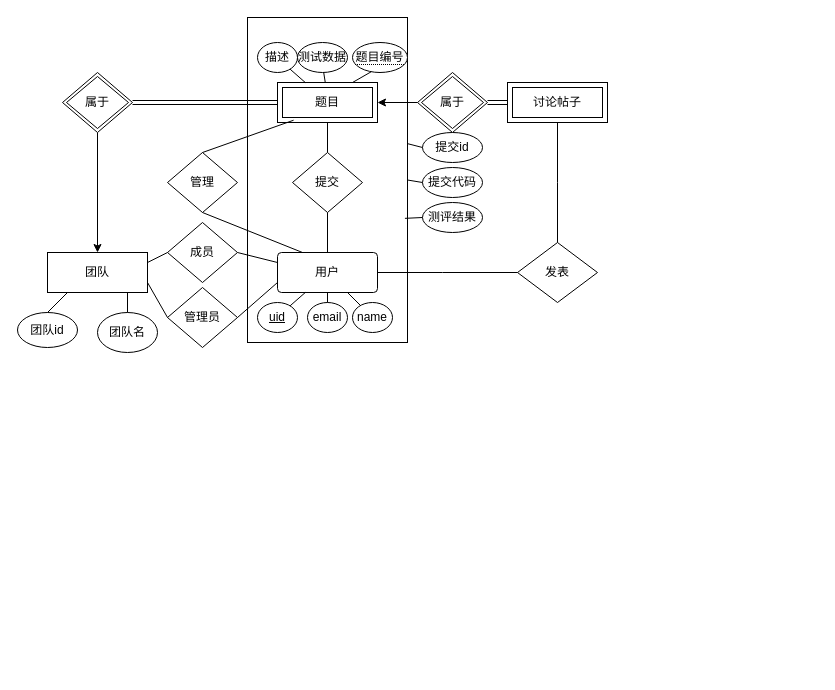
This is 未命名绘图.drawio from DrBit-64/Database-ERGraph-playground, a draw.io file, before an edit. Source tidied: cells renumbered, new cells numbered last; positions are measured from the earlier drawing's top-left corner, leaving out a move shared by most shapes. Both pictures are drawn from the tidied source at 100%, with x=0, y=0 at pixel (17, 17).
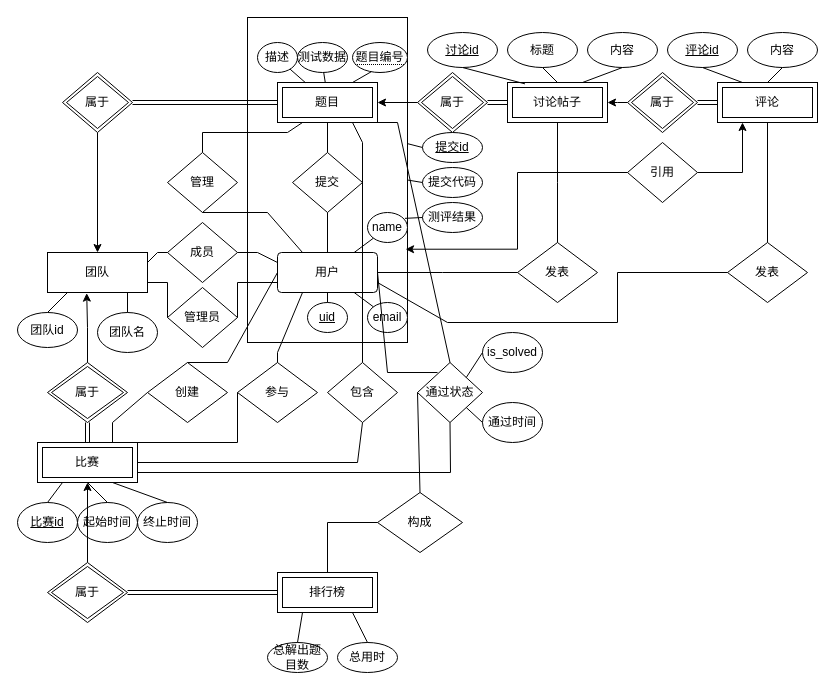
After the change.

Commit message:
更新未命名绘图.drawio

Unchanged cells that the change refers to:
```xml
<mxCell id="2" style="rounded=0;whiteSpace=wrap;html=1;" parent="1" vertex="1">
  <mxGeometry x="230" width="160" height="325" as="geometry" />
</mxCell>
<mxCell id="3" value="用户" style="rounded=1;arcSize=10;whiteSpace=wrap;html=1;align=center;" parent="1" vertex="1">
  <mxGeometry x="260" y="235" width="100" height="40" as="geometry" />
</mxCell>
<mxCell id="10" value="题目" style="shape=ext;margin=3;double=1;whiteSpace=wrap;html=1;align=center;" parent="1" vertex="1">
  <mxGeometry x="260" y="65" width="100" height="40" as="geometry" />
</mxCell>
<mxCell id="11" value="团队" style="whiteSpace=wrap;html=1;align=center;" parent="1" vertex="1">
  <mxGeometry x="30" y="235" width="100" height="40" as="geometry" />
</mxCell>
<mxCell id="16" value="管理" style="shape=rhombus;perimeter=rhombusPerimeter;whiteSpace=wrap;html=1;align=center;" parent="1" vertex="1">
  <mxGeometry x="150" y="135" width="70" height="60" as="geometry" />
</mxCell>
<mxCell id="22" value="成员" style="shape=rhombus;perimeter=rhombusPerimeter;whiteSpace=wrap;html=1;align=center;" parent="1" vertex="1">
  <mxGeometry x="150" y="205" width="70" height="60" as="geometry" />
</mxCell>
<mxCell id="23" value="管理员" style="shape=rhombus;perimeter=rhombusPerimeter;whiteSpace=wrap;html=1;align=center;" parent="1" vertex="1">
  <mxGeometry x="150" y="270" width="70" height="60" as="geometry" />
</mxCell>
<mxCell id="37" value="讨论帖子" style="shape=ext;margin=3;double=1;whiteSpace=wrap;html=1;align=center;" parent="1" vertex="1">
  <mxGeometry x="490" y="65" width="100" height="40" as="geometry" />
</mxCell>
```

Diff of the diagram source:
```diff
@@
     <mxCell id="4" value="&lt;u&gt;uid&lt;/u&gt;" style="ellipse;whiteSpace=wrap;html=1;align=center;" parent="1" vertex="1">
-      <mxGeometry x="240" y="285" width="40" height="30" as="geometry" />
+      <mxGeometry x="290" y="285" width="40" height="30" as="geometry" />
     </mxCell>
@@
     <mxCell id="6" value="email" style="ellipse;whiteSpace=wrap;html=1;align=center;" parent="1" vertex="1">
-      <mxGeometry x="290" y="285" width="40" height="30" as="geometry" />
+      <mxGeometry x="350" y="285" width="40" height="30" as="geometry" />
     </mxCell>
@@
     <mxCell id="8" value="name" style="ellipse;whiteSpace=wrap;html=1;align=center;" parent="1" vertex="1">
-      <mxGeometry x="335" y="285" width="40" height="30" as="geometry" />
+      <mxGeometry x="350" y="195" width="40" height="30" as="geometry" />
     </mxCell>
@@
     <mxCell id="18" style="endArrow=none;html=1;rounded=0;exitX=0.25;exitY=0;exitDx=0;exitDy=0;entryX=0.5;entryY=1;entryDx=0;entryDy=0;" parent="1" edge="1" source="3" target="16">
-      <mxGeometry relative="1" as="geometry" />
+      <mxGeometry relative="1" as="geometry">
+        <Array as="points">
+          <mxPoint x="250" y="195" />
+        </Array>
+      </mxGeometry>
     </mxCell>
@@
-    <mxCell id="21" style="endArrow=none;html=1;rounded=0;exitX=0.5;exitY=0;exitDx=0;exitDy=0;entryX=0.161;entryY=0.943;entryDx=0;entryDy=0;entryPerimeter=0;" parent="1" edge="1" source="16" target="10">
-      <mxGeometry relative="1" as="geometry" />
+    <mxCell id="21" style="endArrow=none;html=1;rounded=0;exitX=0.5;exitY=0;exitDx=0;exitDy=0;entryX=0.25;entryY=1;entryDx=0;entryDy=0;" parent="1" edge="1" source="16" target="10">
+      <mxGeometry relative="1" as="geometry">
+        <Array as="points">
+          <mxPoint x="185" y="115" />
+          <mxPoint x="270" y="115" />
+        </Array>
+      </mxGeometry>
     </mxCell>
@@
     <mxCell id="25" style="endArrow=none;html=1;rounded=0;exitX=0;exitY=0.25;exitDx=0;exitDy=0;entryX=1;entryY=0.5;entryDx=0;entryDy=0;" parent="1" edge="1" source="3" target="22">
-      <mxGeometry relative="1" as="geometry" />
+      <mxGeometry relative="1" as="geometry">
+        <Array as="points">
+          <mxPoint x="240" y="235" />
+        </Array>
+      </mxGeometry>
     </mxCell>
     <mxCell id="26" style="endArrow=none;html=1;rounded=0;exitX=0;exitY=0.5;exitDx=0;exitDy=0;entryX=1;entryY=0.25;entryDx=0;entryDy=0;" parent="1" edge="1" source="22" target="11">
-      <mxGeometry relative="1" as="geometry" />
+      <mxGeometry relative="1" as="geometry">
+        <Array as="points">
+          <mxPoint x="140" y="235" />
+        </Array>
+      </mxGeometry>
     </mxCell>
     <mxCell id="27" style="endArrow=none;html=1;rounded=0;exitX=0;exitY=0.75;exitDx=0;exitDy=0;entryX=1;entryY=0.5;entryDx=0;entryDy=0;" parent="1" edge="1" source="3" target="23">
-      <mxGeometry relative="1" as="geometry" />
+      <mxGeometry relative="1" as="geometry">
+        <Array as="points">
+          <mxPoint x="220" y="265" />
+        </Array>
+      </mxGeometry>
     </mxCell>
     <mxCell id="28" style="endArrow=none;html=1;rounded=0;exitX=0;exitY=0.5;exitDx=0;exitDy=0;entryX=1;entryY=0.75;entryDx=0;entryDy=0;" parent="1" edge="1" source="23" target="11">
-      <mxGeometry relative="1" as="geometry" />
+      <mxGeometry relative="1" as="geometry">
+        <Array as="points">
+          <mxPoint x="150" y="265" />
+        </Array>
+      </mxGeometry>
     </mxCell>
@@
-    <mxCell id="44" value="提交id" style="ellipse;whiteSpace=wrap;html=1;align=center;" parent="1" vertex="1">
+    <mxCell id="44" value="提交id" style="ellipse;whiteSpace=wrap;html=1;align=center;fontStyle=4;" parent="1" vertex="1">
       <mxGeometry x="405" y="115" width="60" height="30" as="geometry" />
     </mxCell>
@@
+    <mxCell id="50" value="评论" style="shape=ext;margin=3;double=1;whiteSpace=wrap;html=1;align=center;" parent="1" vertex="1">
+      <mxGeometry x="700" y="65" width="100" height="40" as="geometry" />
+    </mxCell>
+    <mxCell id="51" style="edgeStyle=orthogonalEdgeStyle;rounded=0;jettySize=auto;html=1;" parent="1" edge="1" source="52" target="37">
+      <mxGeometry relative="1" as="geometry">
+        <Array as="points">
+          <mxPoint x="600" y="85" />
+          <mxPoint x="600" y="85" />
+        </Array>
+      </mxGeometry>
+    </mxCell>
+    <mxCell id="52" value="属于" style="shape=rhombus;double=1;perimeter=rhombusPerimeter;whiteSpace=wrap;html=1;align=center;" parent="1" vertex="1">
+      <mxGeometry x="610" y="55" width="70" height="60" as="geometry" />
+    </mxCell>
+    <mxCell id="53" style="shape=link;html=1;rounded=0;exitX=1;exitY=0.5;exitDx=0;exitDy=0;entryX=0;entryY=0.5;entryDx=0;entryDy=0;" parent="1" edge="1" source="52" target="50">
+      <mxGeometry relative="1" as="geometry" />
+    </mxCell>
+    <mxCell id="54" value="发表" style="shape=rhombus;perimeter=rhombusPerimeter;whiteSpace=wrap;html=1;align=center;" parent="1" vertex="1">
+      <mxGeometry x="710" y="225" width="80" height="60" as="geometry" />
+    </mxCell>
+    <mxCell id="55" style="endArrow=none;html=1;rounded=0;exitX=0.5;exitY=0;exitDx=0;exitDy=0;entryX=0.5;entryY=1;entryDx=0;entryDy=0;" parent="1" edge="1" source="54" target="50">
+      <mxGeometry relative="1" as="geometry" />
+    </mxCell>
+    <mxCell id="56" style="endArrow=none;html=1;rounded=0;exitX=1;exitY=0.75;exitDx=0;exitDy=0;entryX=0;entryY=0.5;entryDx=0;entryDy=0;" parent="1" edge="1" source="3" target="54">
+      <mxGeometry relative="1" as="geometry">
+        <Array as="points">
+          <mxPoint x="430" y="305" />
+          <mxPoint x="600" y="305" />
+          <mxPoint x="600" y="255" />
+        </Array>
+      </mxGeometry>
+    </mxCell>
+    <mxCell id="57" value="讨论id" style="ellipse;whiteSpace=wrap;html=1;align=center;fontStyle=4;" parent="1" vertex="1">
+      <mxGeometry x="410" y="15" width="70" height="35" as="geometry" />
+    </mxCell>
+    <mxCell id="58" style="endArrow=none;html=1;rounded=0;exitX=0.5;exitY=1;exitDx=0;exitDy=0;entryX=0.175;entryY=0.034;entryDx=0;entryDy=0;entryPerimeter=0;" parent="1" edge="1" source="57" target="37">
+      <mxGeometry relative="1" as="geometry" />
+    </mxCell>
+    <mxCell id="59" value="标题" style="ellipse;whiteSpace=wrap;html=1;align=center;fontStyle=0;" parent="1" vertex="1">
+      <mxGeometry x="490" y="15" width="70" height="35" as="geometry" />
+    </mxCell>
+    <mxCell id="60" style="endArrow=none;html=1;rounded=0;exitX=0.5;exitY=1;exitDx=0;exitDy=0;entryX=0.5;entryY=0;entryDx=0;entryDy=0;" parent="1" edge="1" source="59" target="37">
+      <mxGeometry relative="1" as="geometry" />
+    </mxCell>
+    <mxCell id="61" value="内容" style="ellipse;whiteSpace=wrap;html=1;align=center;fontStyle=0;" parent="1" vertex="1">
+      <mxGeometry x="570" y="15" width="70" height="35" as="geometry" />
+    </mxCell>
+    <mxCell id="62" style="endArrow=none;html=1;rounded=0;exitX=0.5;exitY=1;exitDx=0;exitDy=0;entryX=0.75;entryY=0;entryDx=0;entryDy=0;" parent="1" edge="1" source="61" target="37">
+      <mxGeometry relative="1" as="geometry" />
+    </mxCell>
+    <mxCell id="63" value="评论id" style="ellipse;whiteSpace=wrap;html=1;align=center;fontStyle=4;" parent="1" vertex="1">
+      <mxGeometry x="650" y="15" width="70" height="35" as="geometry" />
+    </mxCell>
+    <mxCell id="64" value="内容" style="ellipse;whiteSpace=wrap;html=1;align=center;fontStyle=0;" parent="1" vertex="1">
+      <mxGeometry x="730" y="15" width="70" height="35" as="geometry" />
+    </mxCell>
+    <mxCell id="65" style="endArrow=none;html=1;rounded=0;exitX=0.5;exitY=1;exitDx=0;exitDy=0;entryX=0.25;entryY=0;entryDx=0;entryDy=0;" parent="1" edge="1" source="63" target="50">
+      <mxGeometry relative="1" as="geometry" />
+    </mxCell>
+    <mxCell id="66" style="endArrow=none;html=1;rounded=0;exitX=0.5;exitY=1;exitDx=0;exitDy=0;entryX=0.5;entryY=0;entryDx=0;entryDy=0;" parent="1" edge="1" source="64" target="50">
+      <mxGeometry relative="1" as="geometry" />
+    </mxCell>
+    <mxCell id="67" style="edgeStyle=orthogonalEdgeStyle;rounded=0;jettySize=auto;html=1;entryX=0.25;entryY=1;entryDx=0;entryDy=0;" parent="1" edge="1" source="68" target="50">
+      <mxGeometry relative="1" as="geometry" />
+    </mxCell>
+    <mxCell id="68" value="引用" style="shape=rhombus;perimeter=rhombusPerimeter;whiteSpace=wrap;html=1;align=center;" parent="1" vertex="1">
+      <mxGeometry x="610" y="125" width="70" height="60" as="geometry" />
+    </mxCell>
+    <mxCell id="69" style="edgeStyle=orthogonalEdgeStyle;rounded=0;jettySize=auto;html=1;entryX=0.988;entryY=0.713;entryDx=0;entryDy=0;entryPerimeter=0;" parent="1" edge="1" source="68" target="2">
+      <mxGeometry relative="1" as="geometry" />
+    </mxCell>
+    <mxCell id="70" value="比赛" style="shape=ext;margin=3;double=1;whiteSpace=wrap;html=1;align=center;" parent="1" vertex="1">
+      <mxGeometry x="20" y="425" width="100" height="40" as="geometry" />
+    </mxCell>
+    <mxCell id="71" value="属于" style="shape=rhombus;double=1;perimeter=rhombusPerimeter;whiteSpace=wrap;html=1;align=center;" parent="1" vertex="1">
+      <mxGeometry x="30" y="345" width="80" height="60" as="geometry" />
+    </mxCell>
+    <mxCell id="72" style="edgeStyle=orthogonalEdgeStyle;rounded=0;jettySize=auto;html=1;entryX=0.392;entryY=1.016;entryDx=0;entryDy=0;entryPerimeter=0;" parent="1" edge="1" source="71" target="11">
+      <mxGeometry relative="1" as="geometry" />
+    </mxCell>
+    <mxCell id="73" style="shape=link;html=1;rounded=0;exitX=0.5;exitY=1;exitDx=0;exitDy=0;entryX=0.5;entryY=0;entryDx=0;entryDy=0;" parent="1" edge="1" source="71" target="70">
+      <mxGeometry relative="1" as="geometry" />
+    </mxCell>
+    <mxCell id="74" value="比赛id" style="ellipse;whiteSpace=wrap;html=1;align=center;fontStyle=4;" parent="1" vertex="1">
+      <mxGeometry y="485" width="60" height="40" as="geometry" />
+    </mxCell>
+    <mxCell id="75" style="endArrow=none;html=1;rounded=0;exitX=0.5;exitY=0;exitDx=0;exitDy=0;entryX=0.25;entryY=1;entryDx=0;entryDy=0;" parent="1" edge="1" source="74" target="70">
+      <mxGeometry relative="1" as="geometry" />
+    </mxCell>
+    <mxCell id="76" value="创建" style="shape=rhombus;perimeter=rhombusPerimeter;whiteSpace=wrap;html=1;align=center;" parent="1" vertex="1">
+      <mxGeometry x="130" y="345" width="80" height="60" as="geometry" />
+    </mxCell>
+    <mxCell id="77" value="参与" style="shape=rhombus;perimeter=rhombusPerimeter;whiteSpace=wrap;html=1;align=center;" parent="1" vertex="1">
+      <mxGeometry x="220" y="345" width="80" height="60" as="geometry" />
+    </mxCell>
+    <mxCell id="78" style="endArrow=none;html=1;rounded=0;exitX=0.75;exitY=0;exitDx=0;exitDy=0;entryX=0;entryY=0.5;entryDx=0;entryDy=0;" parent="1" edge="1" source="70" target="76">
+      <mxGeometry relative="1" as="geometry">
+        <Array as="points">
+          <mxPoint x="95" y="405" />
+        </Array>
+      </mxGeometry>
+    </mxCell>
+    <mxCell id="79" style="endArrow=none;html=1;rounded=0;exitX=1;exitY=0;exitDx=0;exitDy=0;entryX=0;entryY=0.5;entryDx=0;entryDy=0;" parent="1" edge="1" source="70" target="77">
+      <mxGeometry relative="1" as="geometry">
+        <Array as="points">
+          <mxPoint x="220" y="425" />
+        </Array>
+      </mxGeometry>
+    </mxCell>
+    <mxCell id="80" style="endArrow=none;html=1;rounded=0;exitX=0.5;exitY=0;exitDx=0;exitDy=0;entryX=0;entryY=0.5;entryDx=0;entryDy=0;" parent="1" edge="1" source="76" target="3">
+      <mxGeometry relative="1" as="geometry">
+        <Array as="points">
+          <mxPoint x="210" y="345" />
+        </Array>
+      </mxGeometry>
+    </mxCell>
+    <mxCell id="81" style="endArrow=none;html=1;rounded=0;exitX=0.5;exitY=0;exitDx=0;exitDy=0;entryX=0.25;entryY=1;entryDx=0;entryDy=0;" parent="1" edge="1" source="77" target="3">
+      <mxGeometry relative="1" as="geometry">
+        <Array as="points">
+          <mxPoint x="260" y="335" />
+        </Array>
+      </mxGeometry>
+    </mxCell>
+    <mxCell id="82" value="包含" style="shape=rhombus;perimeter=rhombusPerimeter;whiteSpace=wrap;html=1;align=center;" parent="1" vertex="1">
+      <mxGeometry x="310" y="345" width="70" height="60" as="geometry" />
+    </mxCell>
+    <mxCell id="83" style="endArrow=none;html=1;rounded=0;exitX=0.75;exitY=1;exitDx=0;exitDy=0;entryX=0.5;entryY=0;entryDx=0;entryDy=0;" parent="1" edge="1" source="10" target="82">
+      <mxGeometry relative="1" as="geometry">
+        <Array as="points">
+          <mxPoint x="345" y="125" />
+        </Array>
+      </mxGeometry>
+    </mxCell>
+    <mxCell id="84" style="endArrow=none;html=1;rounded=0;exitX=1;exitY=0.5;exitDx=0;exitDy=0;entryX=0.5;entryY=1;entryDx=0;entryDy=0;" parent="1" edge="1" source="70" target="82">
+      <mxGeometry relative="1" as="geometry">
+        <Array as="points">
+          <mxPoint x="340" y="445" />
+        </Array>
+      </mxGeometry>
+    </mxCell>
+    <mxCell id="85" value="起始时间" style="ellipse;whiteSpace=wrap;html=1;align=center;fontStyle=0;" parent="1" vertex="1">
+      <mxGeometry x="60" y="485" width="60" height="40" as="geometry" />
+    </mxCell>
+    <mxCell id="86" value="终止时间" style="ellipse;whiteSpace=wrap;html=1;align=center;fontStyle=0;" parent="1" vertex="1">
+      <mxGeometry x="120" y="485" width="60" height="40" as="geometry" />
+    </mxCell>
+    <mxCell id="87" style="endArrow=none;html=1;rounded=0;exitX=0.5;exitY=1;exitDx=0;exitDy=0;entryX=0.5;entryY=0;entryDx=0;entryDy=0;" parent="1" edge="1" source="70" target="85">
+      <mxGeometry relative="1" as="geometry" />
+    </mxCell>
+    <mxCell id="88" style="endArrow=none;html=1;rounded=0;exitX=0.75;exitY=1;exitDx=0;exitDy=0;entryX=0.5;entryY=0;entryDx=0;entryDy=0;" parent="1" edge="1" source="70" target="86">
+      <mxGeometry relative="1" as="geometry" />
+    </mxCell>
+    <mxCell id="89" value="通过状态" style="shape=rhombus;perimeter=rhombusPerimeter;whiteSpace=wrap;html=1;align=center;" parent="1" vertex="1">
+      <mxGeometry x="400" y="345" width="65" height="60" as="geometry" />
+    </mxCell>
+    <mxCell id="90" style="endArrow=none;html=1;rounded=0;exitX=1;exitY=0.75;exitDx=0;exitDy=0;entryX=0.5;entryY=1;entryDx=0;entryDy=0;" parent="1" edge="1" source="70" target="89">
+      <mxGeometry relative="1" as="geometry">
+        <Array as="points">
+          <mxPoint x="433" y="455" />
+        </Array>
+      </mxGeometry>
+    </mxCell>
+    <mxCell id="91" style="endArrow=none;html=1;rounded=0;exitX=1;exitY=0.5;exitDx=0;exitDy=0;entryX=0.308;entryY=0.167;entryDx=0;entryDy=0;entryPerimeter=0;" parent="1" edge="1" source="3" target="89">
+      <mxGeometry relative="1" as="geometry">
+        <Array as="points">
+          <mxPoint x="370" y="355" />
+        </Array>
+      </mxGeometry>
+    </mxCell>
+    <mxCell id="92" style="endArrow=none;html=1;rounded=0;exitX=1;exitY=1;exitDx=0;exitDy=0;entryX=0.5;entryY=0;entryDx=0;entryDy=0;" parent="1" edge="1" source="10" target="89">
+      <mxGeometry relative="1" as="geometry">
+        <Array as="points">
+          <mxPoint x="380" y="105" />
+        </Array>
+      </mxGeometry>
+    </mxCell>
+    <mxCell id="93" value="is_solved" style="ellipse;whiteSpace=wrap;html=1;align=center;" parent="1" vertex="1">
+      <mxGeometry x="465" y="315" width="60" height="40" as="geometry" />
+    </mxCell>
+    <mxCell id="94" style="endArrow=none;html=1;rounded=0;exitX=1;exitY=0;exitDx=0;exitDy=0;entryX=0;entryY=0.5;entryDx=0;entryDy=0;" parent="1" edge="1" source="89" target="93">
+      <mxGeometry relative="1" as="geometry" />
+    </mxCell>
+    <mxCell id="95" value="通过时间" style="ellipse;whiteSpace=wrap;html=1;align=center;" parent="1" vertex="1">
+      <mxGeometry x="465" y="385" width="60" height="40" as="geometry" />
+    </mxCell>
+    <mxCell id="96" style="endArrow=none;html=1;rounded=0;exitX=1;exitY=1;exitDx=0;exitDy=0;entryX=0;entryY=0.5;entryDx=0;entryDy=0;" parent="1" edge="1" source="89" target="95">
+      <mxGeometry relative="1" as="geometry" />
+    </mxCell>
+    <mxCell id="97" value="排行榜" style="shape=ext;margin=3;double=1;whiteSpace=wrap;html=1;align=center;" parent="1" vertex="1">
+      <mxGeometry x="260" y="555" width="100" height="40" as="geometry" />
+    </mxCell>
+    <mxCell id="98" style="edgeStyle=orthogonalEdgeStyle;rounded=0;jettySize=auto;html=1;" parent="1" edge="1" source="99">
+      <mxGeometry relative="1" as="geometry">
+        <mxPoint x="70" y="465" as="targetPoint" />
+      </mxGeometry>
+    </mxCell>
+    <mxCell id="99" value="属于" style="shape=rhombus;double=1;perimeter=rhombusPerimeter;whiteSpace=wrap;html=1;align=center;" parent="1" vertex="1">
+      <mxGeometry x="30" y="545" width="80" height="60" as="geometry" />
+    </mxCell>
+    <mxCell id="100" style="shape=link;html=1;rounded=0;exitX=1;exitY=0.5;exitDx=0;exitDy=0;entryX=0;entryY=0.5;entryDx=0;entryDy=0;" parent="1" edge="1" source="99" target="97">
+      <mxGeometry relative="1" as="geometry" />
+    </mxCell>
+    <mxCell id="101" value="构成" style="shape=rhombus;perimeter=rhombusPerimeter;whiteSpace=wrap;html=1;align=center;" parent="1" vertex="1">
+      <mxGeometry x="360" y="475" width="85" height="60" as="geometry" />
+    </mxCell>
+    <mxCell id="102" style="endArrow=none;html=1;rounded=0;exitX=0;exitY=0.5;exitDx=0;exitDy=0;entryX=0.5;entryY=0;entryDx=0;entryDy=0;" parent="1" edge="1" source="89" target="101">
+      <mxGeometry relative="1" as="geometry" />
+    </mxCell>
+    <mxCell id="103" style="endArrow=none;html=1;rounded=0;entryX=0;entryY=0.5;entryDx=0;entryDy=0;exitX=0.5;exitY=0;exitDx=0;exitDy=0;" parent="1" edge="1" source="97" target="101">
+      <mxGeometry relative="1" as="geometry">
+        <Array as="points">
+          <mxPoint x="310" y="505" />
+        </Array>
+      </mxGeometry>
+    </mxCell>
+    <mxCell id="104" value="总解出题目数" style="ellipse;whiteSpace=wrap;html=1;align=center;" parent="1" vertex="1">
+      <mxGeometry x="250" y="625" width="60" height="30" as="geometry" />
+    </mxCell>
+    <mxCell id="105" style="endArrow=none;html=1;rounded=0;exitX=0.5;exitY=0;exitDx=0;exitDy=0;entryX=0.25;entryY=1;entryDx=0;entryDy=0;" parent="1" edge="1" source="104" target="97">
+      <mxGeometry relative="1" as="geometry" />
+    </mxCell>
+    <mxCell id="106" value="总用时" style="ellipse;whiteSpace=wrap;html=1;align=center;" parent="1" vertex="1">
+      <mxGeometry x="320" y="625" width="60" height="30" as="geometry" />
+    </mxCell>
+    <mxCell id="107" style="endArrow=none;html=1;rounded=0;exitX=0.75;exitY=1;exitDx=0;exitDy=0;entryX=0.5;entryY=0;entryDx=0;entryDy=0;" parent="1" edge="1" source="97" target="106">
+      <mxGeometry relative="1" as="geometry" />
+    </mxCell>
```
